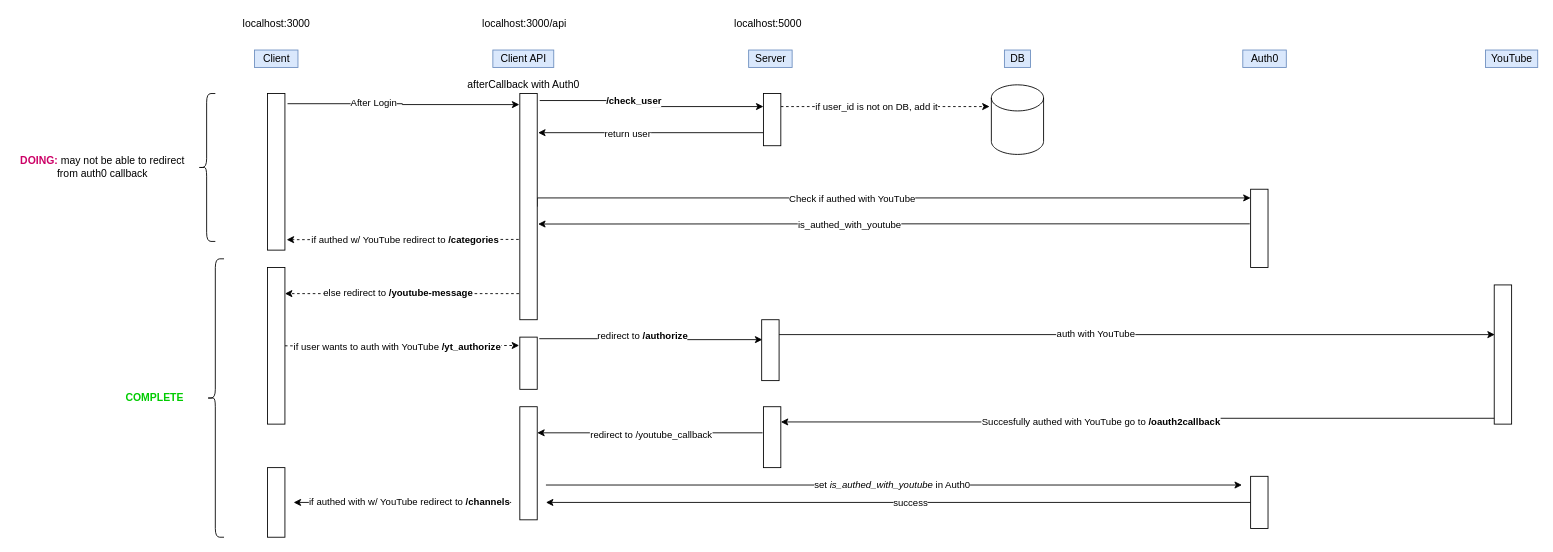
Earlier version of the draw.io diagram YG-server/API Design Files/Login Flow.drawio (miguellealw/Web-Room). Source tidied: cells renumbered, new cells numbered last; positions are measured from the earlier drawing's top-left corner, leaving out a move shared by most shapes. Both pictures are drawn from the tidied source at 87%, with x=0, y=0 at pixel (15, 15).
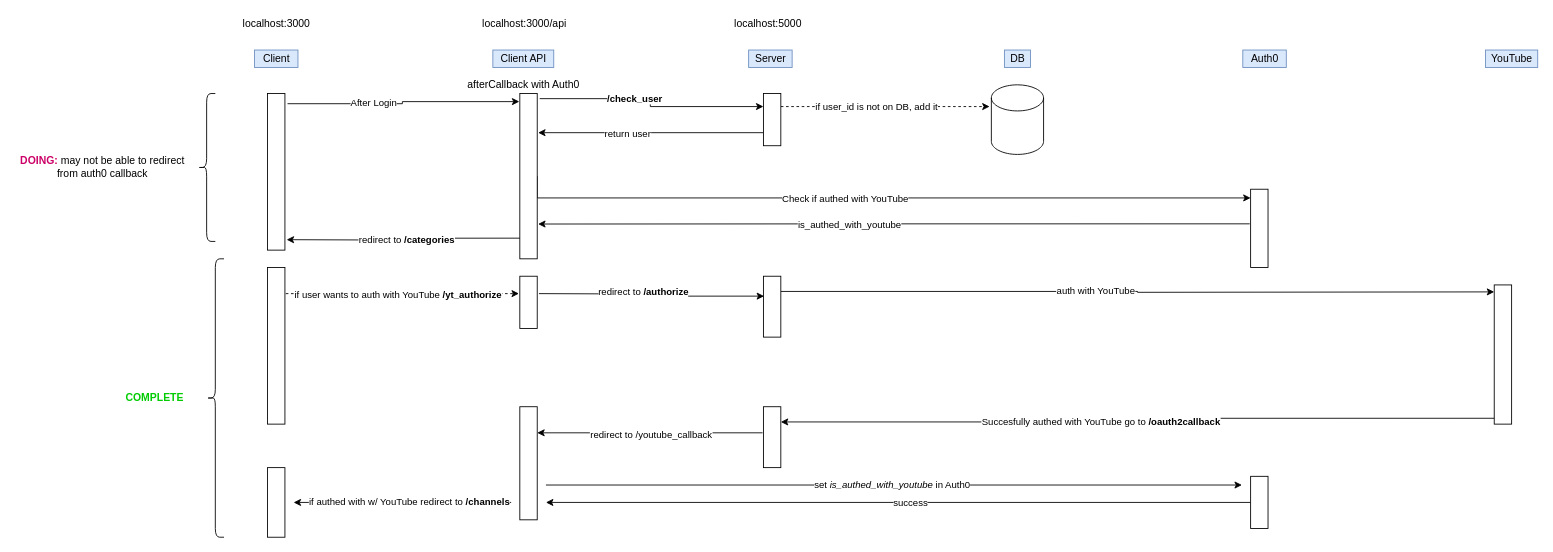
The same page after the edit.

Commit message:
updated login flow

Unchanged cells that the change refers to:
```xml
<mxCell id="33" style="rounded=0;whiteSpace=wrap;html=1;" parent="1" vertex="1">
  <mxGeometry x="1700" y="310" width="20" height="160" as="geometry" />
</mxCell>
<mxCell id="37" style="rounded=0;whiteSpace=wrap;html=1;" parent="1" vertex="1">
  <mxGeometry x="290" y="290" width="20" height="180" as="geometry" />
</mxCell>
```

The edit, as a diff of the source:
```diff
@@
-    <mxCell id="14" style="edgeStyle=orthogonalEdgeStyle;rounded=0;jettySize=auto;html=1;exitX=-0.062;exitY=0.645;exitDx=0;exitDy=0;dashed=1;exitPerimeter=0;" parent="1" edge="1" source="20">
+    <mxCell id="14" style="edgeStyle=orthogonalEdgeStyle;rounded=0;jettySize=auto;html=1;exitX=0.017;exitY=0.875;exitDx=0;exitDy=0;exitPerimeter=0;" parent="1" edge="1" source="20">
       <mxGeometry relative="1" as="geometry">
         <mxPoint x="312" y="258" as="targetPoint" />
       </mxGeometry>
     </mxCell>
-    <mxCell id="15" value="if authed w/ YouTube redirect to &lt;b&gt;/categories&lt;/b&gt;" style="edgeLabel;html=1;align=center;verticalAlign=middle;" parent="14" vertex="1">
+    <mxCell id="15" value="redirect to &lt;b&gt;/categories&lt;/b&gt;" style="edgeLabel;html=1;align=center;verticalAlign=middle;" parent="14" vertex="1">
       <mxGeometry x="0.14" y="-1" relative="1" as="geometry">
         <mxPoint x="21" as="offset" />
       </mxGeometry>
     </mxCell>
-    <mxCell id="16" style="edgeStyle=orthogonalEdgeStyle;rounded=0;jettySize=auto;html=1;entryX=0.033;entryY=0.357;entryDx=0;entryDy=0;exitX=1;exitY=0.25;exitDx=0;exitDy=0;entryPerimeter=0;" parent="1" edge="1" source="45" target="33">
+    <mxCell id="16" style="edgeStyle=orthogonalEdgeStyle;rounded=0;jettySize=auto;html=1;exitX=1;exitY=0.25;exitDx=0;exitDy=0;" parent="1" edge="1" source="45">
       <mxGeometry relative="1" as="geometry">
-        <Array as="points">
-          <mxPoint x="1701" y="367" />
-        </Array>
+        <mxPoint x="1700" y="318" as="targetPoint" />
       </mxGeometry>
     </mxCell>
@@
-    <mxCell id="18" style="edgeStyle=orthogonalEdgeStyle;rounded=0;orthogonalLoop=1;jettySize=auto;html=1;dashed=1;" parent="1" edge="1">
-      <mxGeometry relative="1" as="geometry">
-        <mxPoint x="579" y="320" as="sourcePoint" />
-        <mxPoint x="310" y="320" as="targetPoint" />
-      </mxGeometry>
-    </mxCell>
-    <mxCell id="19" value="else redirect to &lt;b&gt;/youtube-message&lt;/b&gt;" style="edgeLabel;html=1;align=center;verticalAlign=middle;" parent="18" vertex="1">
-      <mxGeometry x="0.23" y="-2" relative="1" as="geometry">
-        <mxPoint x="25" as="offset" />
-      </mxGeometry>
-    </mxCell>
     <mxCell id="20" style="rounded=0;whiteSpace=wrap;html=1;" parent="1" vertex="1">
-      <mxGeometry x="580" y="90" width="20" height="260" as="geometry" />
+      <mxGeometry x="580" y="90" width="20" height="190" as="geometry" />
     </mxCell>
@@
-    <mxCell id="35" style="edgeStyle=orthogonalEdgeStyle;rounded=0;jettySize=auto;html=1;dashed=1;entryX=-0.038;entryY=0.16;entryDx=0;entryDy=0;entryPerimeter=0;" parent="1" edge="1" source="37" target="42">
-      <mxGeometry relative="1" as="geometry" />
+    <mxCell id="35" style="edgeStyle=orthogonalEdgeStyle;rounded=0;orthogonalLoop=1;jettySize=auto;html=1;dashed=1;" parent="1" edge="1">
+      <mxGeometry relative="1" as="geometry">
+        <mxPoint x="311" y="320" as="sourcePoint" />
+        <mxPoint x="579" y="320" as="targetPoint" />
+      </mxGeometry>
     </mxCell>
@@
-    <mxCell id="38" style="edgeStyle=orthogonalEdgeStyle;rounded=0;jettySize=auto;html=1;entryX=0.038;entryY=0.327;entryDx=0;entryDy=0;exitX=1.118;exitY=0.03;exitDx=0;exitDy=0;exitPerimeter=0;entryPerimeter=0;" parent="1" edge="1" source="42" target="45">
-      <mxGeometry relative="1" as="geometry" />
+    <mxCell id="38" style="edgeStyle=orthogonalEdgeStyle;rounded=0;jettySize=auto;html=1;entryX=0.038;entryY=0.327;entryDx=0;entryDy=0;entryPerimeter=0;" parent="1" edge="1" target="45">
+      <mxGeometry relative="1" as="geometry">
+        <mxPoint x="602" y="320" as="sourcePoint" />
+      </mxGeometry>
     </mxCell>
@@
     <mxCell id="42" style="rounded=0;whiteSpace=wrap;html=1;" parent="1" vertex="1">
-      <mxGeometry x="580" y="370" width="20" height="60" as="geometry" />
+      <mxGeometry x="580" y="300" width="20" height="60" as="geometry" />
     </mxCell>
@@
     <mxCell id="45" style="rounded=0;whiteSpace=wrap;html=1;" parent="1" vertex="1">
-      <mxGeometry x="858" y="350" width="20" height="70" as="geometry" />
+      <mxGeometry x="860" y="300" width="20" height="70" as="geometry" />
     </mxCell>
```
